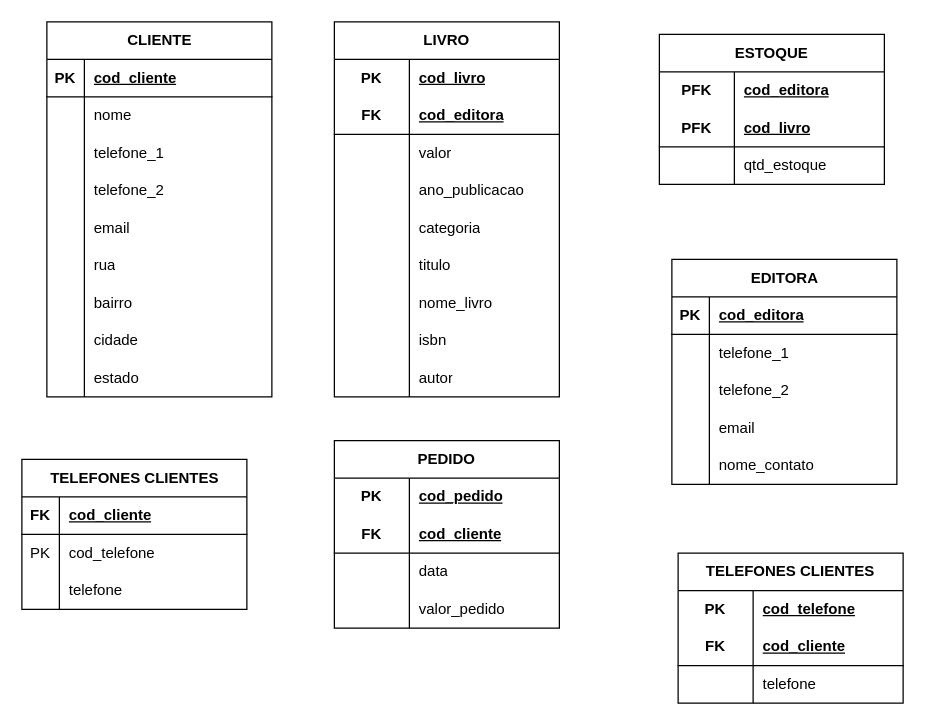
Above: page "Página-3" (3 of 3) of Ativos de produção.drawio in danielpiupiu/Projetos (draw.io), before the change. Source tidied: cells renumbered, new cells numbered last; positions are measured from the earlier drawing's top-left corner, leaving out a move shared by most shapes. Both pictures are drawn from the tidied source at 125%, with x=0, y=0 at pixel (21, 21).
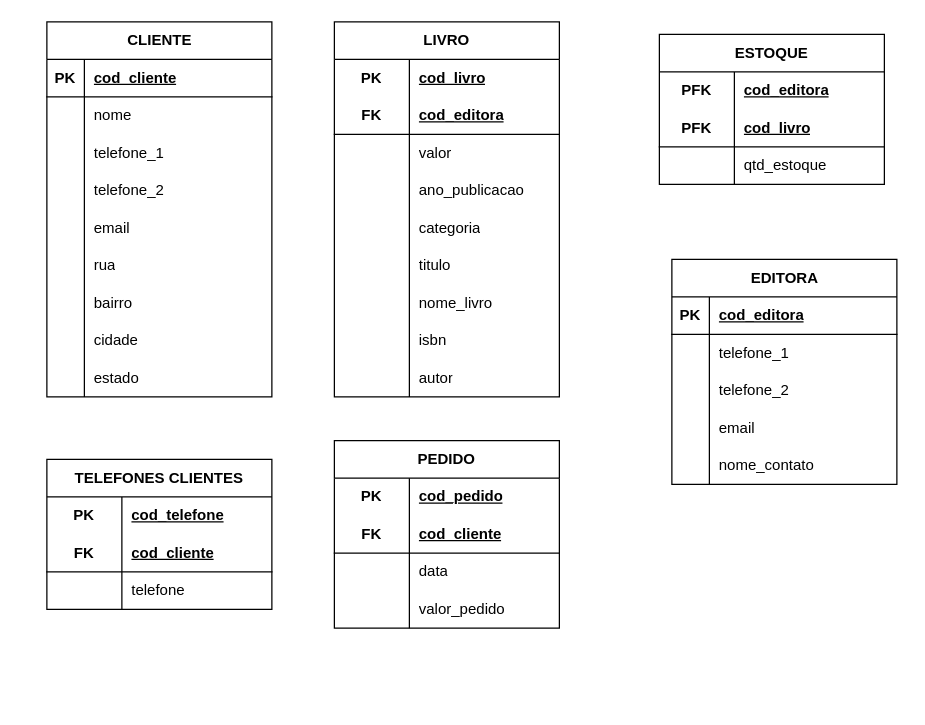
The same diagram, later.

The edit, as a diff of the source:
```diff
@@
-    <mxCell id="46" value="TELEFONES CLIENTES" style="shape=table;startSize=30;childLayout=tableLayout;rowLines=0;fontStyle=1;align=center;html=1;" parent="1" vertex="1">
-      <mxGeometry y="350" width="180" height="120" as="geometry" />
-    </mxCell>
-    <mxCell id="47" style="shape=tableRow;horizontal=0;startSize=0;swimlaneHead=0;swimlaneBody=0;fillColor=none;top=0;left=0;right=0;bottom=1;" parent="46" vertex="1">
-      <mxGeometry y="30" width="180" height="30" as="geometry" />
-    </mxCell>
-    <mxCell id="48" value="FK" style="shape=partialRectangle;fillColor=none;top=0;left=0;bottom=0;right=0;fontStyle=1;overflow=hidden;whiteSpace=wrap;html=1;" parent="47" vertex="1">
-      <mxGeometry width="30" height="30" as="geometry" />
-    </mxCell>
-    <mxCell id="49" value="cod_cliente" style="shape=partialRectangle;fillColor=none;top=0;left=0;bottom=0;right=0;align=left;spacingLeft=6;fontStyle=5;overflow=hidden;whiteSpace=wrap;html=1;" parent="47" vertex="1">
-      <mxGeometry x="30" width="150" height="30" as="geometry" />
-    </mxCell>
-    <mxCell id="50" style="shape=tableRow;horizontal=0;startSize=0;swimlaneHead=0;swimlaneBody=0;fillColor=none;top=0;left=0;right=0;bottom=0;" parent="46" vertex="1">
-      <mxGeometry y="60" width="180" height="30" as="geometry" />
-    </mxCell>
-    <mxCell id="51" value="PK" style="shape=partialRectangle;fillColor=none;top=0;left=0;bottom=0;right=0;overflow=hidden;whiteSpace=wrap;html=1;" parent="50" vertex="1">
-      <mxGeometry width="30" height="30" as="geometry" />
-    </mxCell>
-    <mxCell id="52" value="cod_telefone" style="shape=partialRectangle;fillColor=none;top=0;left=0;bottom=0;right=0;align=left;spacingLeft=6;overflow=hidden;whiteSpace=wrap;html=1;" parent="50" vertex="1">
-      <mxGeometry x="30" width="150" height="30" as="geometry" />
-    </mxCell>
-    <mxCell id="53" style="shape=tableRow;horizontal=0;startSize=0;swimlaneHead=0;swimlaneBody=0;fillColor=none;top=0;left=0;right=0;bottom=0;" parent="46" vertex="1">
-      <mxGeometry y="90" width="180" height="30" as="geometry" />
-    </mxCell>
-    <mxCell id="54" style="shape=partialRectangle;fillColor=none;top=0;left=0;bottom=0;right=0;overflow=hidden;whiteSpace=wrap;html=1;" parent="53" vertex="1">
-      <mxGeometry width="30" height="30" as="geometry" />
-    </mxCell>
-    <mxCell id="55" value="telefone" style="shape=partialRectangle;fillColor=none;top=0;left=0;bottom=0;right=0;align=left;spacingLeft=6;overflow=hidden;whiteSpace=wrap;html=1;" parent="53" vertex="1">
-      <mxGeometry x="30" width="150" height="30" as="geometry" />
-    </mxCell>
@@
     <mxCell id="107" value="TELEFONES CLIENTES" style="shape=table;startSize=30;childLayout=tableLayout;rowLines=0;fontStyle=1;align=center;html=1;whiteSpace=wrap;" parent="1" vertex="1">
-      <mxGeometry x="525" y="425" width="180" height="120" as="geometry" />
+      <mxGeometry x="20" y="350" width="180" height="120" as="geometry" />
     </mxCell>
```
